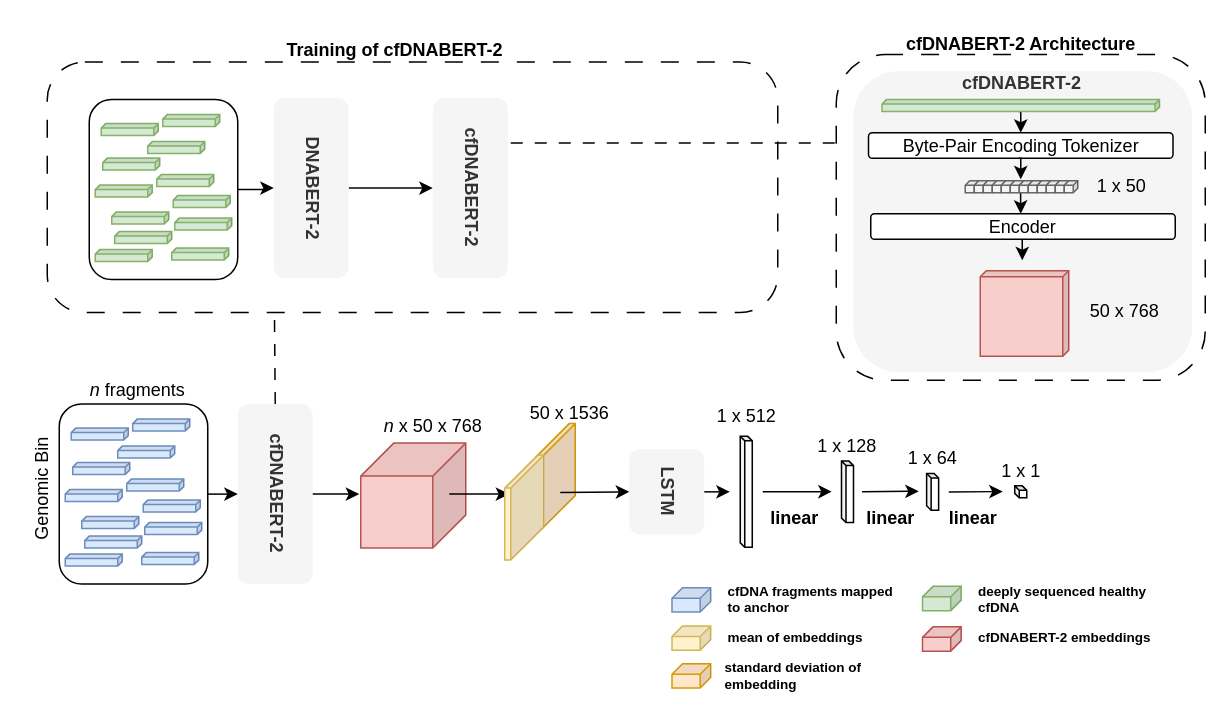
Earlier version of the draw.io diagram Single_Region.drawio (bananasrlowkeygood/bananasrlowkeygood.github.io). Source tidied: cells renumbered, new cells numbered last; positions are measured from the earlier drawing's top-left corner, leaving out a move shared by most shapes. Both pictures are drawn from the tidied source at 150%, with x=0, y=0 at pixel (26, 26).
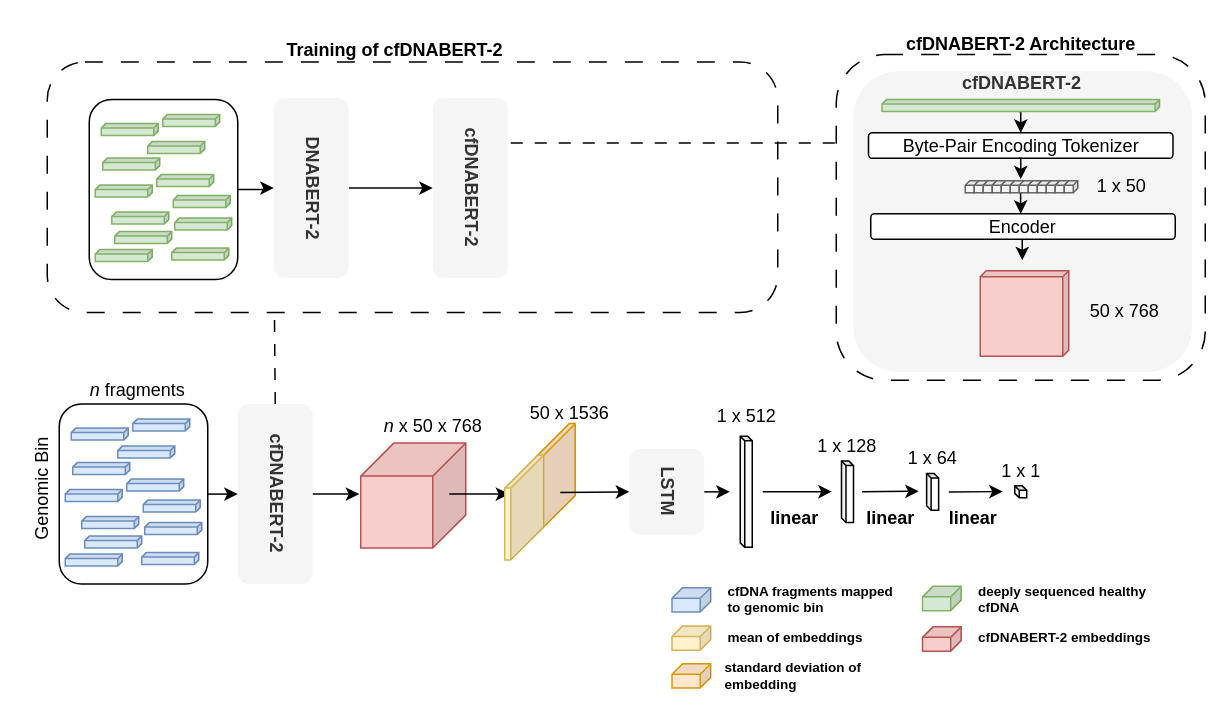
The same page after the edit.

Change to the diagram source:
```diff
@@
-    <mxCell id="47" value="cfDNA fragments mapped to anchor" style="text;html=1;strokeColor=none;fillColor=none;align=left;verticalAlign=middle;whiteSpace=wrap;rounded=0;fontStyle=1;fontSize=9;" parent="1" vertex="1">
+    <mxCell id="47" value="cfDNA fragments mapped to genomic bin" style="text;html=1;strokeColor=none;fillColor=none;align=left;verticalAlign=middle;whiteSpace=wrap;rounded=0;fontStyle=1;fontSize=9;" parent="1" vertex="1">
       <mxGeometry x="465.8" y="371.9" width="118.8" height="19.3" as="geometry" />
     </mxCell>
```
